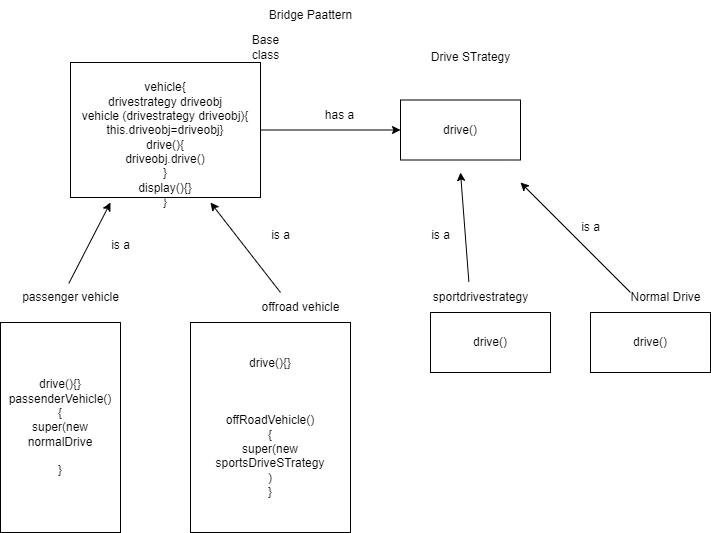
Earlier version of the draw.io export Untitled Diagram.drawio.png (priya226/0-100dev). Source tidied: cells renumbered, new cells last; positions are measured from the earlier drawing's top-left corner, leaving out a move shared by most shapes.
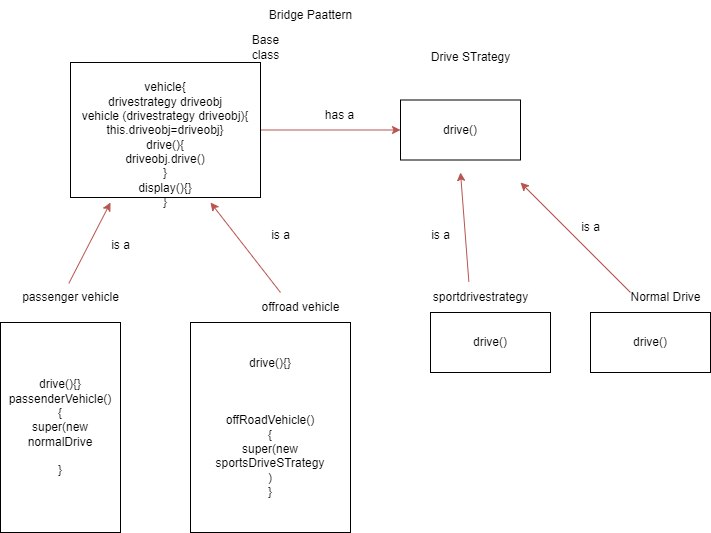
Above is the later version.

The edit, as a diff of the source:
```diff
@@ -2,7 +2,7 @@
   <root>
     <mxCell id="0" />
     <mxCell id="1" parent="0" />
-    <mxCell id="2" style="edgeStyle=orthogonalEdgeStyle;rounded=0;jettySize=auto;html=1;" parent="1" edge="1" source="3" target="4">
+    <mxCell id="2" style="edgeStyle=orthogonalEdgeStyle;rounded=0;jettySize=auto;html=1;fillColor=#f8cecc;strokeColor=#b85450;" parent="1" edge="1" source="3" target="4">
       <mxGeometry relative="1" as="geometry" />
     </mxCell>
     <mxCell id="3" value="&lt;div&gt;&lt;br&gt;&lt;/div&gt;&lt;div&gt;&lt;br&gt;&lt;/div&gt;vehicle{&lt;div&gt;drivestrategy driveobj&lt;br&gt;&lt;div&gt;vehicle (drivestrategy driveobj){&lt;/div&gt;&lt;div&gt;this.driveobj=driveobj}&lt;br&gt;&lt;div&gt;drive(){&lt;/div&gt;&lt;div&gt;driveobj.drive()&lt;/div&gt;&lt;div&gt;}&lt;/div&gt;&lt;div&gt;display(){}&lt;/div&gt;&lt;div&gt;&lt;div&gt;}&lt;/div&gt;&lt;/div&gt;&lt;/div&gt;&lt;/div&gt;" style="rounded=0;whiteSpace=wrap;html=1;" parent="1" vertex="1">
@@ -38,18 +38,18 @@
     <mxCell id="13" value="sportdrivestrategy" style="text;html=1;align=center;verticalAlign=middle;points=[];strokeColor=none;fillColor=none;" parent="1" vertex="1">
       <mxGeometry x="420" y="282" width="120" height="30" as="geometry" />
     </mxCell>
-    <mxCell id="14" style="endArrow=classic;html=1;rounded=0;exitX=0.486;exitY=0.03;exitDx=0;exitDy=0;exitPerimeter=0;" parent="1" edge="1" source="9">
+    <mxCell id="14" style="endArrow=classic;html=1;rounded=0;exitX=0.486;exitY=0.03;exitDx=0;exitDy=0;exitPerimeter=0;fillColor=#f8cecc;strokeColor=#b85450;" parent="1" edge="1" source="9">
       <mxGeometry relative="1" as="geometry">
         <mxPoint x="110" y="202" as="targetPoint" />
       </mxGeometry>
     </mxCell>
-    <mxCell id="15" style="endArrow=classic;html=1;rounded=0;" parent="1" edge="1">
+    <mxCell id="15" style="endArrow=classic;html=1;rounded=0;fillColor=#f8cecc;strokeColor=#b85450;" parent="1" edge="1">
       <mxGeometry relative="1" as="geometry">
         <mxPoint x="280" y="292" as="sourcePoint" />
         <mxPoint x="210" y="202" as="targetPoint" />
       </mxGeometry>
     </mxCell>
-    <mxCell id="16" style="endArrow=classic;html=1;rounded=0;exitX=0.403;exitY=-0.026;exitDx=0;exitDy=0;exitPerimeter=0;" parent="1" edge="1" source="13">
+    <mxCell id="16" style="endArrow=classic;html=1;rounded=0;exitX=0.403;exitY=-0.026;exitDx=0;exitDy=0;exitPerimeter=0;fillColor=#f8cecc;strokeColor=#b85450;" parent="1" edge="1" source="13">
       <mxGeometry relative="1" as="geometry">
         <mxPoint x="460" y="172" as="targetPoint" />
       </mxGeometry>
@@ -60,7 +60,7 @@
     <mxCell id="18" value="Normal Drive" style="text;html=1;align=center;verticalAlign=middle;strokeColor=none;fillColor=none;" parent="1" vertex="1">
       <mxGeometry x="620" y="282" width="90" height="30" as="geometry" />
     </mxCell>
-    <mxCell id="19" style="endArrow=classic;html=1;rounded=0;" parent="1" edge="1">
+    <mxCell id="19" style="endArrow=classic;html=1;rounded=0;fillColor=#f8cecc;strokeColor=#b85450;" parent="1" edge="1">
       <mxGeometry relative="1" as="geometry">
         <mxPoint x="630" y="292" as="sourcePoint" />
         <mxPoint x="520" y="182" as="targetPoint" />
```
